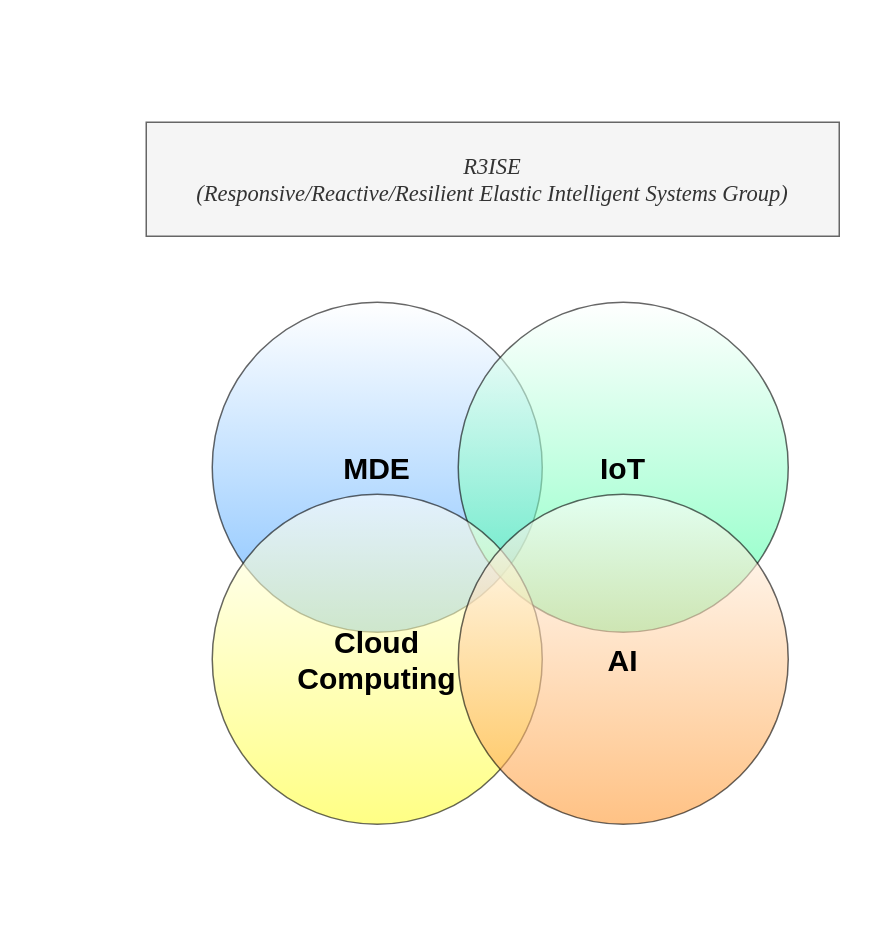
The draw.io diagram page "Research Overview" (13 of 13) of WinWorkFlow.drawio in MajidGitHubRepos/AllDiagrams, before the edit. Source tidied: cells renumbered, new cells numbered last; positions are measured from the earlier drawing's top-left corner, leaving out a move shared by most shapes. Both pictures are drawn from the tidied source at 150%, with x=0, y=0 at pixel (146, 122). Pictures stored in the file or linked from it are replaced by grey dashed boxes.
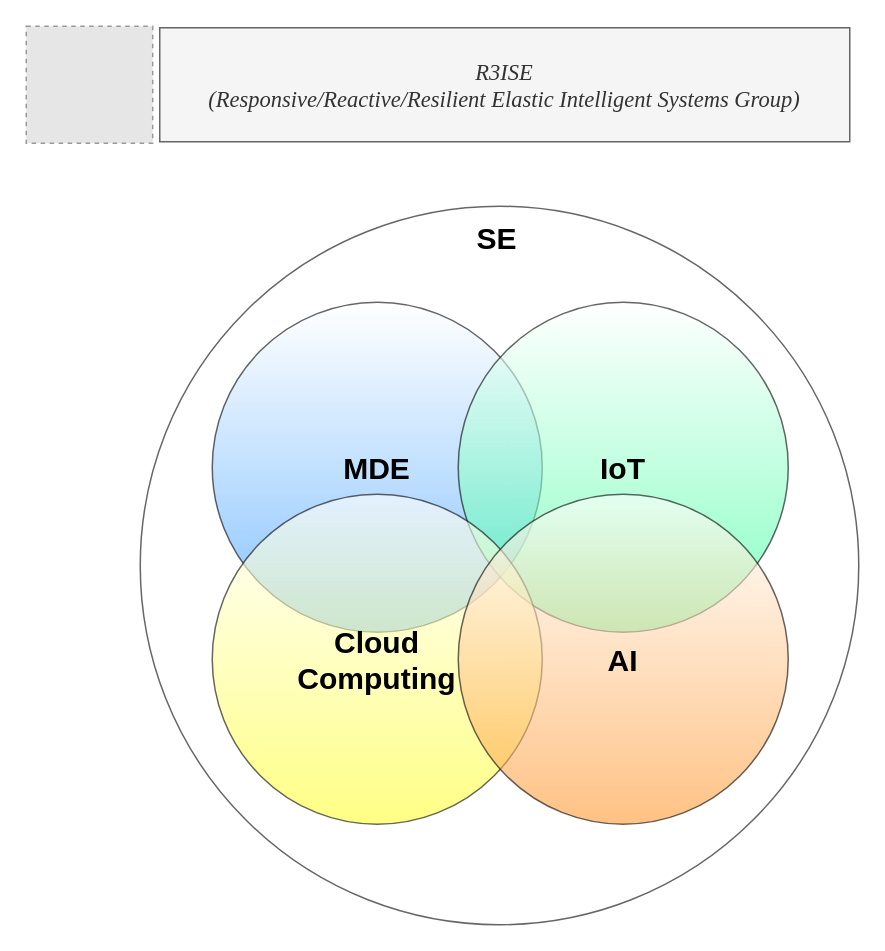
After the change.

Diff of the diagram source:
```diff
@@
 <mxGraphModel>
   <root>
     <mxCell id="0" />
     <mxCell id="1" parent="0" />
     <mxCell id="2" value="&lt;font style=&quot;font-size: 20px;&quot;&gt;&lt;b&gt;MDE&lt;/b&gt;&lt;/font&gt;" style="ellipse;whiteSpace=wrap;html=1;gradientColor=#3399FF;labelBackgroundColor=none;opacity=60;" parent="1" vertex="1">
       <mxGeometry x="44" y="120" width="220" height="220" as="geometry" />
     </mxCell>
     <mxCell id="3" value="&lt;b&gt;&lt;font style=&quot;font-size: 20px;&quot;&gt;IoT&lt;/font&gt;&lt;/b&gt;" style="ellipse;whiteSpace=wrap;html=1;gradientColor=#33FF99;labelBackgroundColor=none;opacity=60;" parent="1" vertex="1">
       <mxGeometry x="208" y="120" width="220" height="220" as="geometry" />
     </mxCell>
     <mxCell id="4" value="&lt;b&gt;&lt;font style=&quot;font-size: 20px;&quot;&gt;Cloud&lt;br&gt;Computing&lt;br&gt;&lt;/font&gt;&lt;/b&gt;" style="ellipse;whiteSpace=wrap;html=1;gradientColor=#FFFF33;labelBackgroundColor=none;opacity=60;" parent="1" vertex="1">
       <mxGeometry x="44" y="248" width="220" height="220" as="geometry" />
     </mxCell>
     <mxCell id="5" value="&lt;b&gt;&lt;font style=&quot;font-size: 20px;&quot;&gt;AI&lt;br&gt;&lt;/font&gt;&lt;/b&gt;" style="ellipse;whiteSpace=wrap;html=1;gradientColor=#FF9933;labelBackgroundColor=none;opacity=60;" parent="1" vertex="1">
       <mxGeometry x="208" y="248" width="220" height="220" as="geometry" />
     </mxCell>
     <mxCell id="6" value="&lt;i style=&quot;font-size: 15px;&quot;&gt;&lt;font style=&quot;font-size: 15px;&quot; face=&quot;Times New Roman&quot;&gt;&lt;span style=&quot;font-size: 15px;&quot;&gt;R&lt;/span&gt;&lt;span style=&quot;&quot;&gt;3&lt;/span&gt;&lt;span style=&quot;font-size: 15px;&quot;&gt;ISE&lt;/span&gt;&lt;br&gt;&lt;span style=&quot;font-size: 15px;&quot;&gt;(Responsive/Reactive/Resilient Elastic Intelligent Systems Group)&lt;/span&gt;&lt;/font&gt;&lt;/i&gt;" style="text;html=1;strokeColor=#666666;fillColor=#f5f5f5;align=center;verticalAlign=middle;whiteSpace=wrap;rounded=0;fontColor=#333333;" parent="1" vertex="1">
-      <mxGeometry width="462" height="76" as="geometry" />
+      <mxGeometry x="9" y="-63" width="460" height="76" as="geometry" />
     </mxCell>
+    <mxCell id="7" style="fillColor=#E6E6E6;strokeColor=#999999;dashed=1;verticalLabelPosition=bottom;labelBackgroundColor=default;verticalAlign=top;" parent="1" vertex="1">
+      <mxGeometry x="-80" y="-64" width="84.3" height="78" as="geometry" />
+    </mxCell>
+    <mxCell id="8" style="ellipse;whiteSpace=wrap;html=1;gradientColor=#3399FF;labelBackgroundColor=none;opacity=60;fillColor=none;" parent="1" vertex="1">
+      <mxGeometry x="-4" y="56" width="479" height="479" as="geometry" />
+    </mxCell>
+    <mxCell id="9" value="&lt;b&gt;&lt;font style=&quot;font-size: 20px;&quot;&gt;SE&lt;/font&gt;&lt;/b&gt;" style="text;html=1;strokeColor=none;fillColor=none;align=center;verticalAlign=middle;whiteSpace=wrap;rounded=0;" parent="1" vertex="1">
+      <mxGeometry x="204" y="62" width="60" height="30" as="geometry" />
+    </mxCell>
   </root>
 </mxGraphModel>
```
